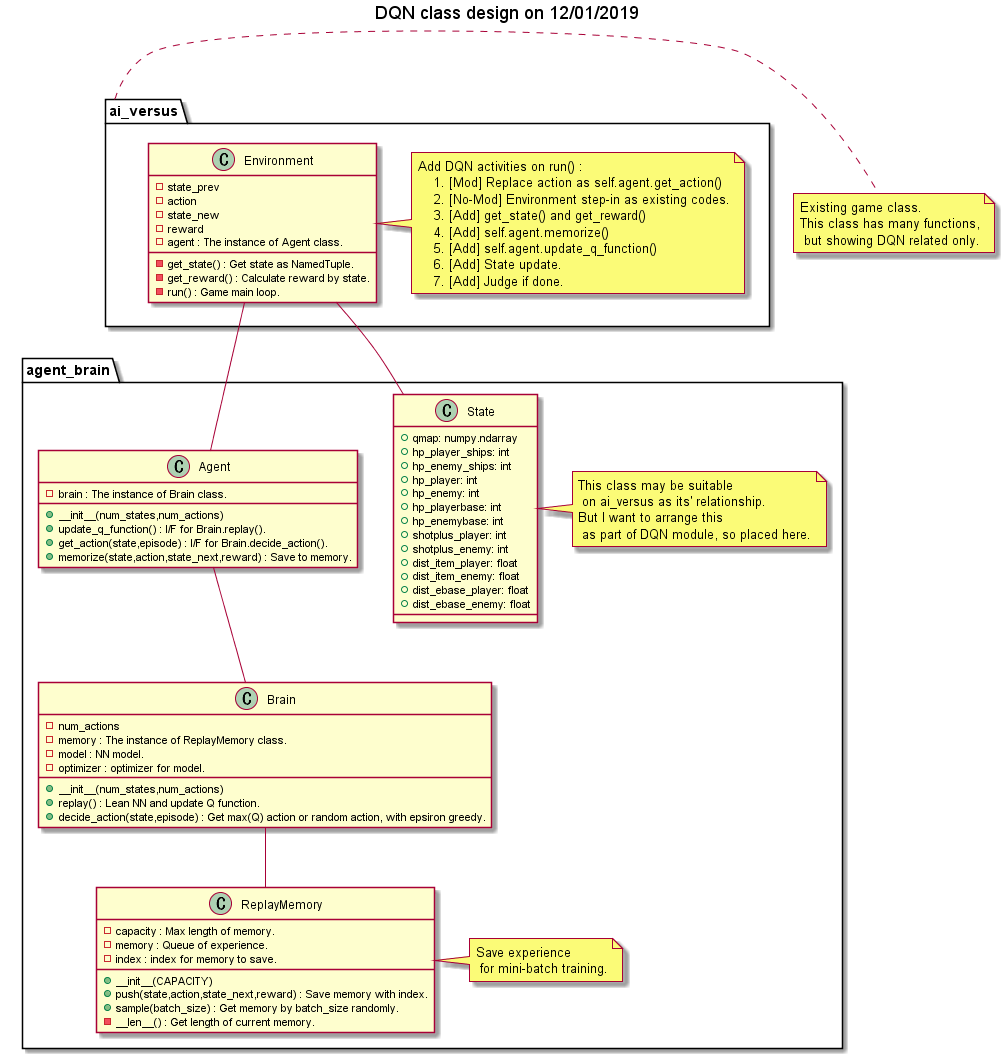
sassea34/sassea34.github.io keeps this PlantUML diagram as assets/ai_versus/DQN_class_design_20191201.png. Above is the earlier version.
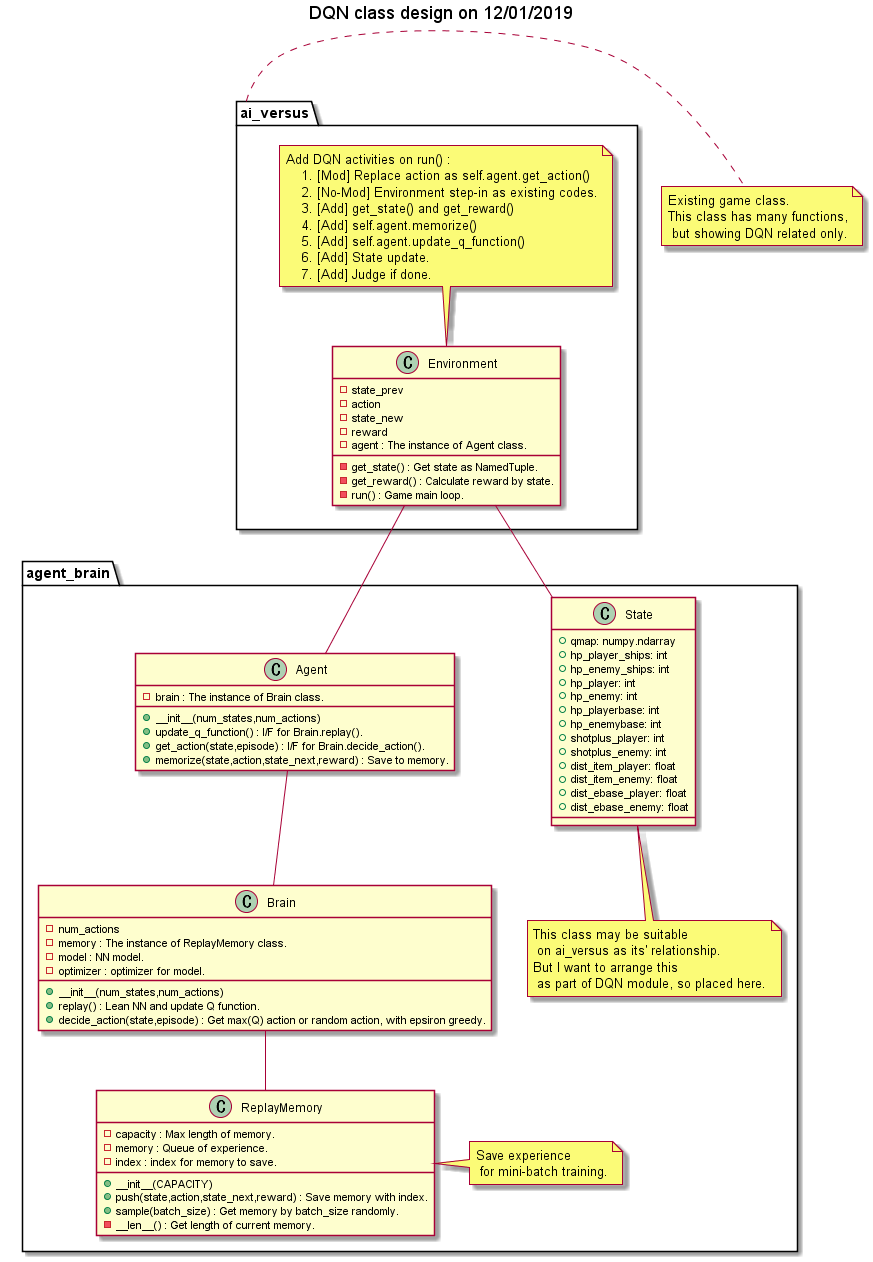
The same file after the commit.

Commit message:
[Mod] ai_versus figure size arranged.

Change to the diagram source:
```diff
@@ -13,7 +13,7 @@
     - get_reward() : Calculate reward by state.
     - run() : Game main loop.
   }
-  note right
+  note top
   Add DQN activities on run() :
       1. [Mod] Replace action as self.agent.get_action()
       2. [No-Mod] Environment step-in as existing codes.
@@ -46,7 +46,7 @@
     + dist_ebase_player: float
     + dist_ebase_enemy: float
   }
-  note right
+  note bottom
   This class may be suitable
    on ai_versus as its' relationship.
   But I want to arrange this
```
